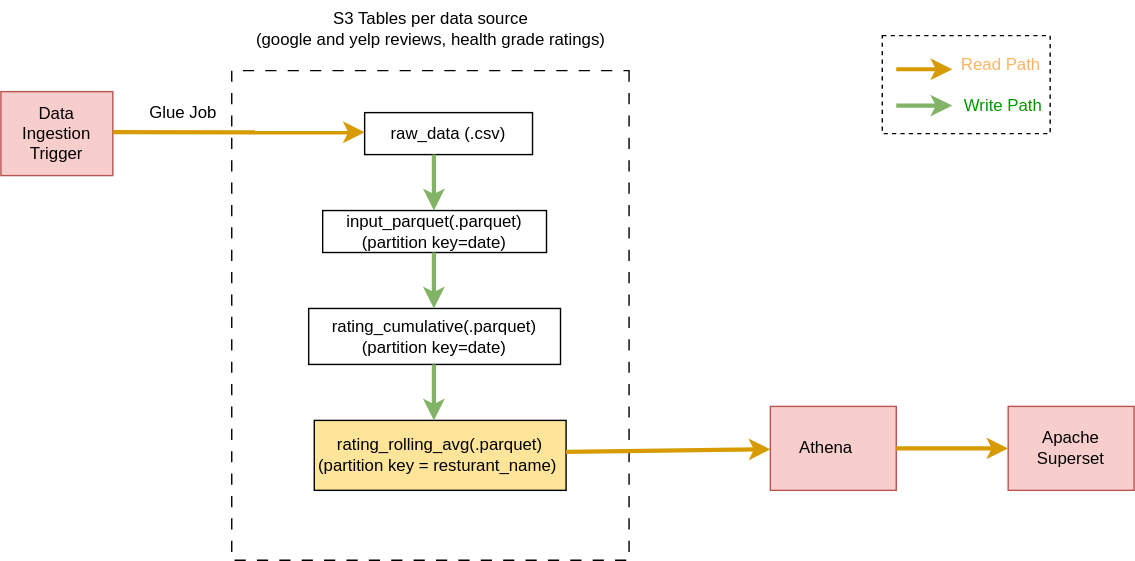
This is images/Setup.svg from sonajojo7/EatFoodWise, a draw.io export, as it was before one commit. Source tidied: cells renumbered, new cells last; positions are measured from the earlier drawing's top-left corner, leaving out a move shared by most shapes.
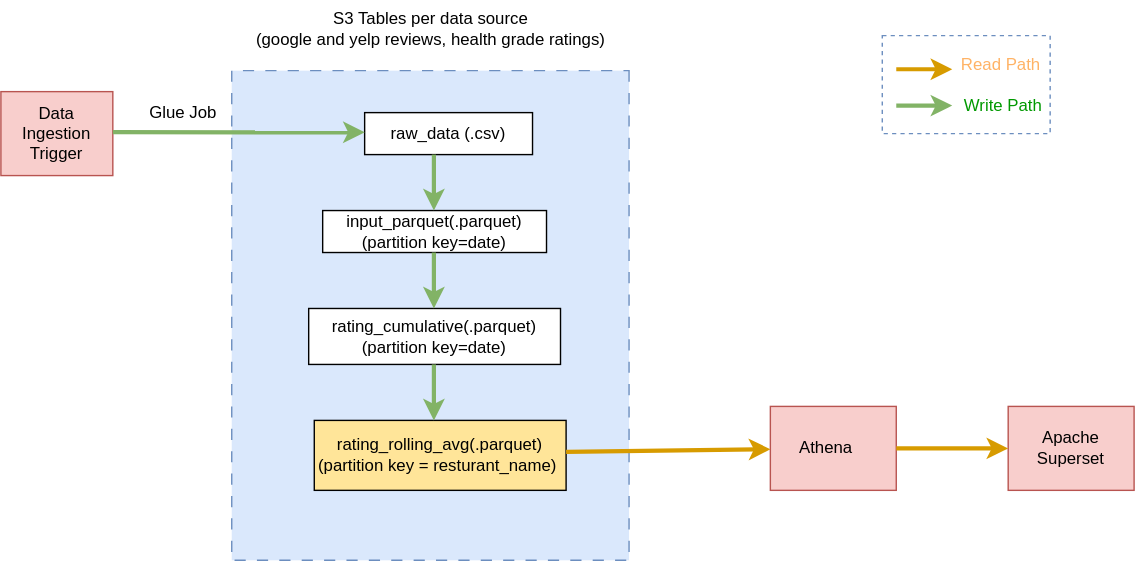
The same file after the commit.

The edit, as a diff of the source:
```diff
@@ -2,7 +2,7 @@
   <root>
     <mxCell id="0" />
     <mxCell id="1" parent="0" />
-    <mxCell id="2" value="&lt;font color=&quot;#ffb366&quot;&gt;&amp;nbsp; &amp;nbsp; &amp;nbsp; &amp;nbsp; &amp;nbsp; &amp;nbsp; &amp;nbsp; &amp;nbsp;Read Path&lt;/font&gt;&lt;br&gt;&lt;br&gt;&lt;font color=&quot;#009900&quot;&gt;&amp;nbsp; &amp;nbsp; &amp;nbsp; &amp;nbsp; &amp;nbsp; &amp;nbsp; &amp;nbsp; &amp;nbsp; Write Path&lt;/font&gt;" style="rounded=0;whiteSpace=wrap;html=1;dashed=1;" parent="1" vertex="1">
+    <mxCell id="2" value="&lt;font color=&quot;#ffb366&quot;&gt;&amp;nbsp; &amp;nbsp; &amp;nbsp; &amp;nbsp; &amp;nbsp; &amp;nbsp; &amp;nbsp; &amp;nbsp;Read Path&lt;/font&gt;&lt;br&gt;&lt;br&gt;&lt;font color=&quot;#009900&quot;&gt;&amp;nbsp; &amp;nbsp; &amp;nbsp; &amp;nbsp; &amp;nbsp; &amp;nbsp; &amp;nbsp; &amp;nbsp; Write Path&lt;/font&gt;" style="rounded=0;whiteSpace=wrap;html=1;dashed=1;fillColor=none;strokeColor=#6c8ebf;" parent="1" vertex="1">
       <mxGeometry x="630" y="25" width="120" height="70" as="geometry" />
     </mxCell>
     <mxCell id="3" style="rounded=0;whiteSpace=wrap;html=1;fillColor=#f8cecc;strokeColor=#b85450;" parent="1" vertex="1">
@@ -23,7 +23,7 @@
     <mxCell id="8" style="endArrow=classic;html=1;rounded=0;entryX=0;entryY=0.5;entryDx=0;entryDy=0;exitX=1;exitY=0.5;exitDx=0;exitDy=0;fillColor=#ffe6cc;strokeColor=#d79b00;strokeWidth=3;" parent="1" edge="1" source="7" target="6">
       <mxGeometry relative="1" as="geometry" />
     </mxCell>
-    <mxCell id="9" style="rounded=0;whiteSpace=wrap;html=1;direction=south;dashed=1;dashPattern=8 8;" parent="1" vertex="1">
+    <mxCell id="9" style="rounded=0;whiteSpace=wrap;html=1;direction=south;dashed=1;dashPattern=8 8;fillColor=#dae8fc;strokeColor=#6c8ebf;" parent="1" vertex="1">
       <mxGeometry x="165" y="50" width="284" height="350" as="geometry" />
     </mxCell>
     <mxCell id="10" value="raw_data (.csv)" style="rounded=0;whiteSpace=wrap;html=1;" parent="1" vertex="1">
@@ -46,7 +46,7 @@
     <mxCell id="15" value="Glue Job" style="text;html=1;align=center;verticalAlign=middle;strokeColor=none;fillColor=none;" parent="1" vertex="1">
       <mxGeometry x="95" y="65" width="70" height="30" as="geometry" />
     </mxCell>
-    <mxCell id="16" style="endArrow=classic;html=1;rounded=0;entryX=0.126;entryY=0.683;entryDx=0;entryDy=0;entryPerimeter=0;fillColor=#ffe6cc;strokeColor=#d79b00;strokeWidth=3;" parent="1" edge="1">
+    <mxCell id="16" style="endArrow=classic;html=1;rounded=0;entryX=0.126;entryY=0.683;entryDx=0;entryDy=0;entryPerimeter=0;fillColor=#d5e8d4;strokeColor=#82b366;strokeWidth=3;" parent="1" edge="1">
       <mxGeometry relative="1" as="geometry">
         <mxPoint x="80" y="94" as="sourcePoint" />
         <mxPoint x="260" y="94.1" as="targetPoint" />
```
